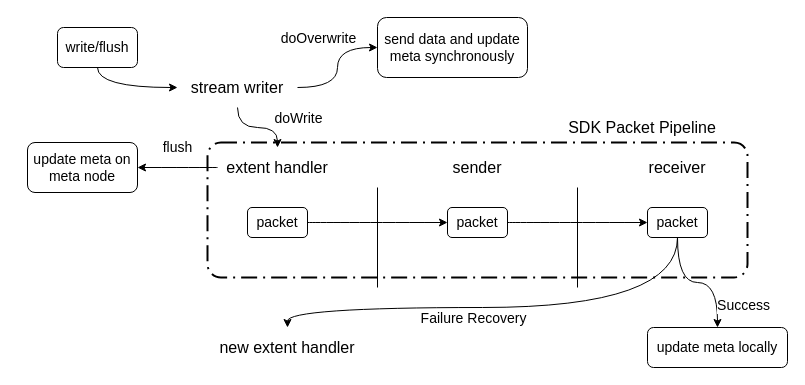
Above: chubaofs/src/sdk_data_pipeline.drawio in shuoranliu/drawio (draw.io), before the change. Source tidied: cells renumbered, new cells numbered last; positions are measured from the earlier drawing's top-left corner, leaving out a move shared by most shapes. Both pictures are drawn from the tidied source at 100%, with x=0, y=0 at pixel (27, 17).
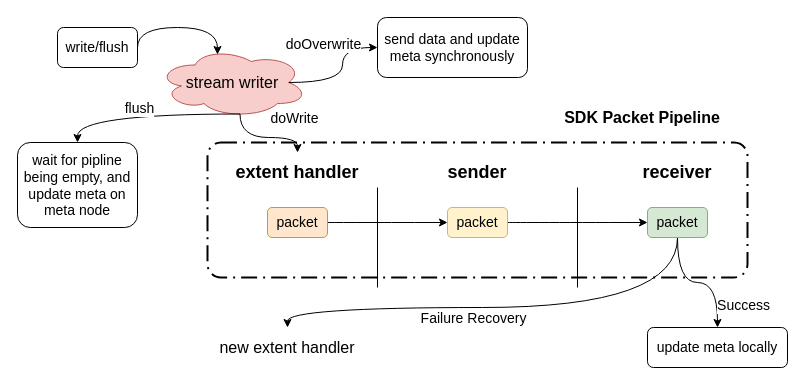
After the change.

The change refers to these unchanged cells:
```xml
<mxCell id="15" value="&lt;font style=&quot;font-size: 14px&quot;&gt;write/flush&lt;/font&gt;" style="rounded=1;whiteSpace=wrap;html=1;" parent="1" vertex="1">
  <mxGeometry x="30" y="10" width="80" height="40" as="geometry" />
</mxCell>
<mxCell id="23" value="&lt;font style=&quot;font-size: 14px&quot;&gt;send data and update meta synchronously&lt;/font&gt;" style="rounded=1;whiteSpace=wrap;html=1;" parent="1" vertex="1">
  <mxGeometry x="350" width="150" height="60" as="geometry" />
</mxCell>
```

Change to the diagram source:
```diff
@@
+    <mxCell id="13" value="&lt;font style=&quot;font-size: 16px&quot;&gt;stream writer&lt;/font&gt;" style="ellipse;shape=cloud;whiteSpace=wrap;html=1;fillColor=#f8cecc;strokeColor=#b85450;" parent="1" vertex="1">
+      <mxGeometry x="130" y="30" width="150" height="70" as="geometry" />
+    </mxCell>
@@
-    <mxCell id="5" value="&lt;font style=&quot;font-size: 14px&quot;&gt;flush&lt;/font&gt;" style="edgeStyle=orthogonalEdgeStyle;curved=1;jettySize=auto;html=1;entryX=1;entryY=0.5;entryDx=0;entryDy=0;" parent="1" edge="1" source="6" target="24">
-      <mxGeometry y="-20" relative="1" as="geometry" />
-    </mxCell>
-    <mxCell id="6" value="&lt;font style=&quot;font-size: 16px&quot;&gt;extent handler&lt;/font&gt;" style="text;html=1;strokeColor=none;fillColor=none;align=center;verticalAlign=middle;whiteSpace=wrap;rounded=0;" parent="1" vertex="1">
-      <mxGeometry x="190" y="130" width="120" height="40" as="geometry" />
+    <mxCell id="6" value="&lt;font style=&quot;font-size: 18px&quot;&gt;&lt;b&gt;extent handler&lt;/b&gt;&lt;/font&gt;" style="text;html=1;strokeColor=none;fillColor=none;align=center;verticalAlign=middle;whiteSpace=wrap;rounded=0;" parent="1" vertex="1">
+      <mxGeometry x="205" y="135" width="130" height="40" as="geometry" />
     </mxCell>
-    <mxCell id="7" value="&lt;font style=&quot;font-size: 16px&quot;&gt;sender&lt;/font&gt;" style="text;html=1;strokeColor=none;fillColor=none;align=center;verticalAlign=middle;whiteSpace=wrap;rounded=0;" parent="1" vertex="1">
-      <mxGeometry x="390" y="130" width="120" height="40" as="geometry" />
+    <mxCell id="7" value="&lt;font style=&quot;font-size: 18px&quot;&gt;&lt;b&gt;sender&lt;/b&gt;&lt;/font&gt;" style="text;html=1;strokeColor=none;fillColor=none;align=center;verticalAlign=middle;whiteSpace=wrap;rounded=0;" parent="1" vertex="1">
+      <mxGeometry x="390" y="135" width="120" height="40" as="geometry" />
     </mxCell>
-    <mxCell id="8" value="&lt;font style=&quot;font-size: 16px&quot;&gt;receiver&lt;/font&gt;" style="text;html=1;strokeColor=none;fillColor=none;align=center;verticalAlign=middle;whiteSpace=wrap;rounded=0;" parent="1" vertex="1">
-      <mxGeometry x="590" y="130" width="120" height="40" as="geometry" />
+    <mxCell id="8" value="&lt;font style=&quot;font-size: 18px&quot;&gt;&lt;b&gt;receiver&lt;/b&gt;&lt;/font&gt;" style="text;html=1;strokeColor=none;fillColor=none;align=center;verticalAlign=middle;whiteSpace=wrap;rounded=0;" parent="1" vertex="1">
+      <mxGeometry x="590" y="135" width="120" height="40" as="geometry" />
     </mxCell>
-    <mxCell id="9" style="edgeStyle=orthogonalEdgeStyle;curved=1;jettySize=auto;html=1;entryX=0.5;entryY=0;entryDx=0;entryDy=0;" parent="1" edge="1" source="13" target="6">
+    <mxCell id="9" style="edgeStyle=orthogonalEdgeStyle;curved=1;jettySize=auto;html=1;entryX=0.5;entryY=0;entryDx=0;entryDy=0;exitX=0.55;exitY=0.95;exitDx=0;exitDy=0;exitPerimeter=0;" parent="1" edge="1" source="13" target="6">
       <mxGeometry relative="1" as="geometry" />
     </mxCell>
     <mxCell id="10" value="&lt;font style=&quot;font-size: 14px&quot;&gt;doWrite&lt;/font&gt;" style="text;html=1;align=center;verticalAlign=middle;labelBackgroundColor=#ffffff;" parent="9" vertex="1">
       <mxGeometry x="-0.22" y="5" relative="1" as="geometry">
-        <mxPoint x="49" y="-5" as="offset" />
+        <mxPoint x="40.5" y="-15" as="offset" />
       </mxGeometry>
     </mxCell>
-    <mxCell id="11" style="edgeStyle=orthogonalEdgeStyle;curved=1;jettySize=auto;html=1;entryX=0;entryY=0.5;entryDx=0;entryDy=0;" parent="1" edge="1" source="13" target="23">
+    <mxCell id="11" style="edgeStyle=orthogonalEdgeStyle;curved=1;jettySize=auto;html=1;entryX=0;entryY=0.5;entryDx=0;entryDy=0;exitX=0.875;exitY=0.5;exitDx=0;exitDy=0;exitPerimeter=0;" parent="1" edge="1" source="13" target="23">
       <mxGeometry relative="1" as="geometry" />
     </mxCell>
@@
-    <mxCell id="13" value="&lt;font style=&quot;font-size: 16px&quot;&gt;stream writer&lt;/font&gt;" style="text;html=1;strokeColor=none;fillColor=none;align=center;verticalAlign=middle;whiteSpace=wrap;rounded=0;" parent="1" vertex="1">
-      <mxGeometry x="150" y="50" width="120" height="40" as="geometry" />
-    </mxCell>
+    <mxCell id="30" style="edgeStyle=orthogonalEdgeStyle;jettySize=auto;html=1;entryX=0.5;entryY=0;entryDx=0;entryDy=0;curved=1;exitX=0.55;exitY=0.95;exitDx=0;exitDy=0;exitPerimeter=0;" parent="1" edge="1" source="13" target="24">
+      <mxGeometry relative="1" as="geometry" />
+    </mxCell>
+    <mxCell id="5" value="&lt;font style=&quot;font-size: 14px&quot;&gt;flush&lt;/font&gt;" style="text;html=1;align=center;verticalAlign=middle;labelBackgroundColor=#ffffff;" parent="30" vertex="1">
+      <mxGeometry x="0.05" y="2" relative="1" as="geometry">
+        <mxPoint x="-1.5" y="-8.5" as="offset" />
+      </mxGeometry>
+    </mxCell>
-    <mxCell id="14" style="edgeStyle=orthogonalEdgeStyle;jettySize=auto;html=1;exitX=0.5;exitY=1;exitDx=0;exitDy=0;curved=1;" parent="1" edge="1" source="15" target="13">
-      <mxGeometry relative="1" as="geometry" />
+    <mxCell id="14" style="edgeStyle=orthogonalEdgeStyle;curved=1;jettySize=auto;html=1;entryX=0.4;entryY=0.1;entryDx=0;entryDy=0;entryPerimeter=0;exitX=1;exitY=0.5;exitDx=0;exitDy=0;" parent="1" edge="1" source="15" target="13">
+      <mxGeometry relative="1" as="geometry">
+        <Array as="points">
+          <mxPoint x="110" y="10" />
+          <mxPoint x="190" y="10" />
+        </Array>
+      </mxGeometry>
     </mxCell>
@@
-    <mxCell id="17" value="&lt;font style=&quot;font-size: 14px&quot;&gt;packet&lt;/font&gt;" style="rounded=1;whiteSpace=wrap;html=1;" parent="1" vertex="1">
-      <mxGeometry x="220" y="190" width="60" height="30" as="geometry" />
+    <mxCell id="17" value="&lt;font style=&quot;font-size: 14px&quot;&gt;packet&lt;/font&gt;" style="rounded=1;whiteSpace=wrap;html=1;fillColor=#ffe6cc;strokeColor=#d79b00;" parent="1" vertex="1">
+      <mxGeometry x="240" y="190" width="60" height="30" as="geometry" />
     </mxCell>
@@
-    <mxCell id="22" value="&lt;font style=&quot;font-size: 14px&quot;&gt;packet&lt;/font&gt;" style="rounded=1;whiteSpace=wrap;html=1;" parent="1" vertex="1">
+    <mxCell id="22" value="&lt;font style=&quot;font-size: 14px&quot;&gt;packet&lt;/font&gt;" style="rounded=1;whiteSpace=wrap;html=1;fillColor=#d5e8d4;strokeColor=#82b366;" parent="1" vertex="1">
       <mxGeometry x="620" y="190" width="60" height="30" as="geometry" />
     </mxCell>
@@
-    <mxCell id="24" value="&lt;font style=&quot;font-size: 14px&quot;&gt;update meta on meta node&lt;/font&gt;" style="rounded=1;whiteSpace=wrap;html=1;align=center;" parent="1" vertex="1">
-      <mxGeometry y="125" width="110" height="50" as="geometry" />
+    <mxCell id="24" value="&lt;div&gt;&lt;span style=&quot;font-size: 14px&quot;&gt;wait for pipline being empty, and update meta on meta node&lt;/span&gt;&lt;/div&gt;" style="rounded=1;whiteSpace=wrap;html=1;align=center;" parent="1" vertex="1">
+      <mxGeometry x="-10" y="125" width="120" height="85" as="geometry" />
     </mxCell>
@@
-    <mxCell id="26" value="&lt;font style=&quot;font-size: 14px&quot;&gt;packet&lt;/font&gt;" style="rounded=1;whiteSpace=wrap;html=1;" parent="1" vertex="1">
+    <mxCell id="26" value="&lt;font style=&quot;font-size: 14px&quot;&gt;packet&lt;/font&gt;" style="rounded=1;whiteSpace=wrap;html=1;fillColor=#fff2cc;strokeColor=#d6b656;" parent="1" vertex="1">
       <mxGeometry x="420" y="190" width="60" height="30" as="geometry" />
     </mxCell>
@@
-    <mxCell id="28" value="&lt;font style=&quot;font-size: 16px&quot;&gt;SDK Packet Pipeline&lt;/font&gt;" style="text;html=1;strokeColor=none;fillColor=none;align=center;verticalAlign=middle;whiteSpace=wrap;rounded=0;" parent="1" vertex="1">
-      <mxGeometry x="530" y="90" width="170" height="40" as="geometry" />
+    <mxCell id="28" value="&lt;font style=&quot;font-size: 16px&quot;&gt;&lt;b&gt;SDK Packet Pipeline&lt;/b&gt;&lt;/font&gt;" style="text;html=1;strokeColor=none;fillColor=none;align=center;verticalAlign=middle;whiteSpace=wrap;rounded=0;" parent="1" vertex="1">
+      <mxGeometry x="530" y="80" width="170" height="40" as="geometry" />
     </mxCell>
```
